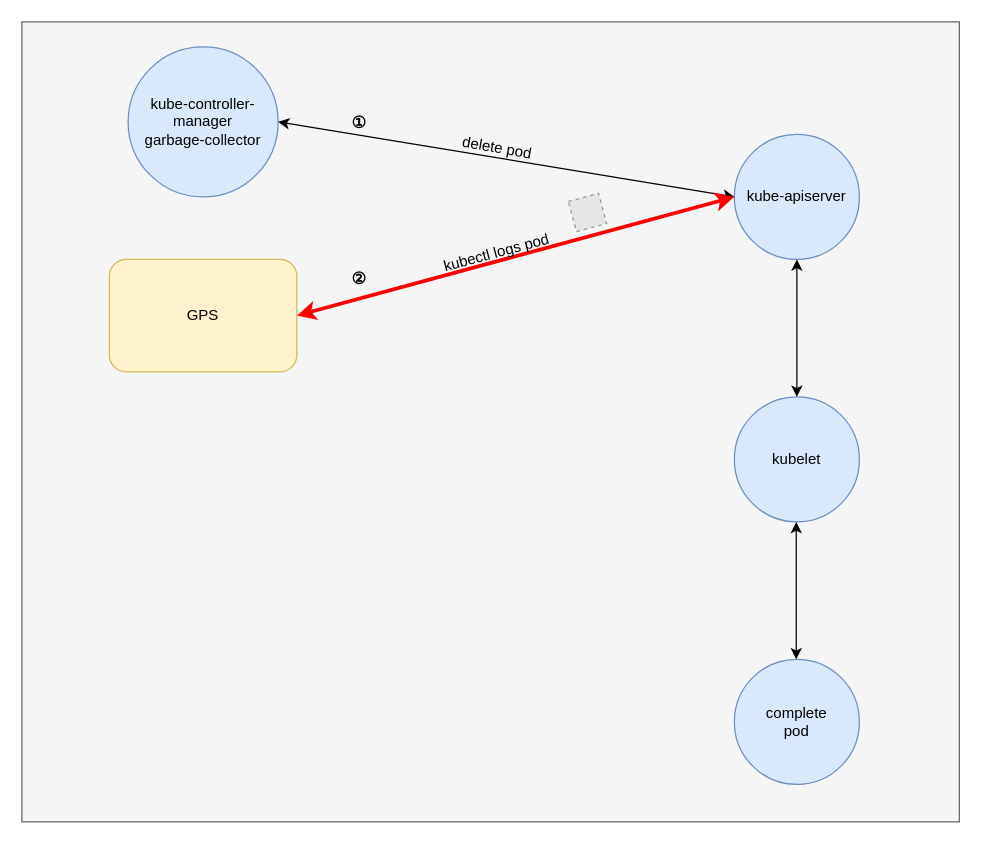
Earlier version of the draw.io diagram complete-pod-deletion-gc.drawio (YanshanSong/draw.io). Source tidied: cells renumbered, new cells numbered last; positions are measured from the earlier drawing's top-left corner, leaving out a move shared by most shapes. Both pictures are drawn from the tidied source at 125%, with x=0, y=0 at pixel (21, 21). Pictures stored in the file or linked from it are replaced by grey dashed boxes.
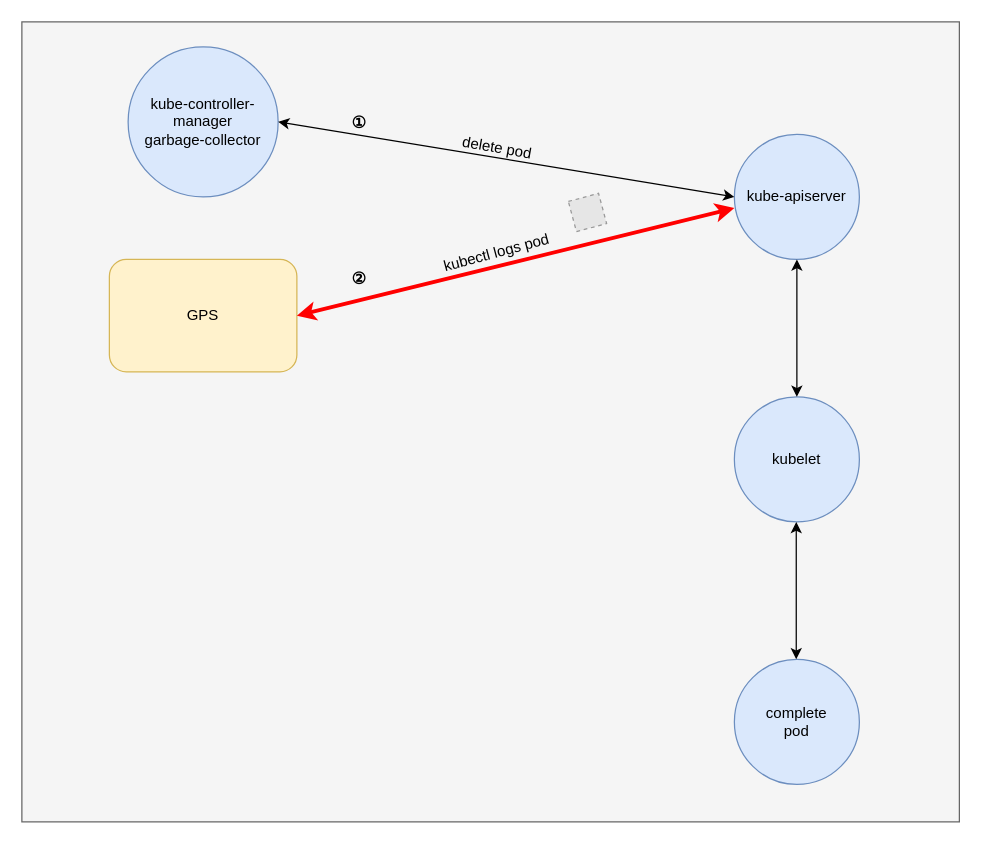
After the change.

The change refers to these unchanged cells:
```xml
<mxCell id="2" style="group;" parent="1" vertex="1">
  <mxGeometry width="750" height="640" as="geometry" />
</mxCell>
<mxCell id="4" value="GPS" style="rounded=1;whiteSpace=wrap;html=1;fillColor=#fff2cc;strokeColor=#d6b656;" parent="2" vertex="1">
  <mxGeometry x="70" y="190" width="150" height="90" as="geometry" />
</mxCell>
<mxCell id="7" value="kube-apiserver" style="ellipse;whiteSpace=wrap;html=1;fillColor=#dae8fc;strokeColor=#6c8ebf;" parent="6" vertex="1">
  <mxGeometry width="100" height="100" as="geometry" />
</mxCell>
```

Diff of the diagram source:
```diff
@@
-    <mxCell id="15" style="endArrow=classic;startArrow=classic;html=1;entryX=0;entryY=0.5;entryDx=0;entryDy=0;exitX=1;exitY=0.5;exitDx=0;exitDy=0;strokeColor=#FF0000;rounded=0;strokeWidth=3;" parent="2" edge="1" source="4" target="7">
+    <mxCell id="15" style="endArrow=classic;startArrow=classic;html=1;entryX=0;entryY=0.59;entryDx=0;entryDy=0;exitX=1;exitY=0.5;exitDx=0;exitDy=0;strokeColor=#FF0000;rounded=0;strokeWidth=3;entryPerimeter=0;" parent="2" edge="1" source="4" target="7">
       <mxGeometry relative="1" as="geometry" />
     </mxCell>
```
